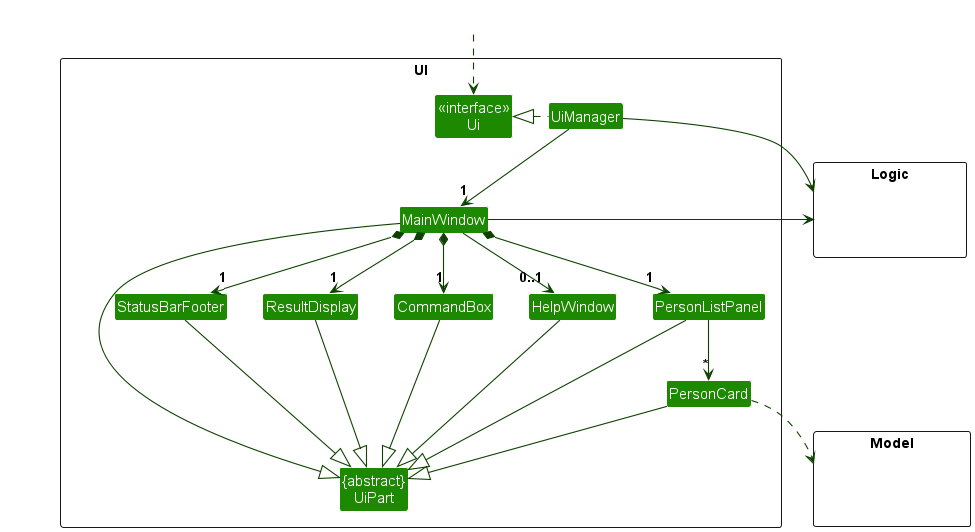
Before: docs/images/UiClassDiagram.png, a diagram exported from PlantUML (nus-cs2103-AY2324S2/tp).
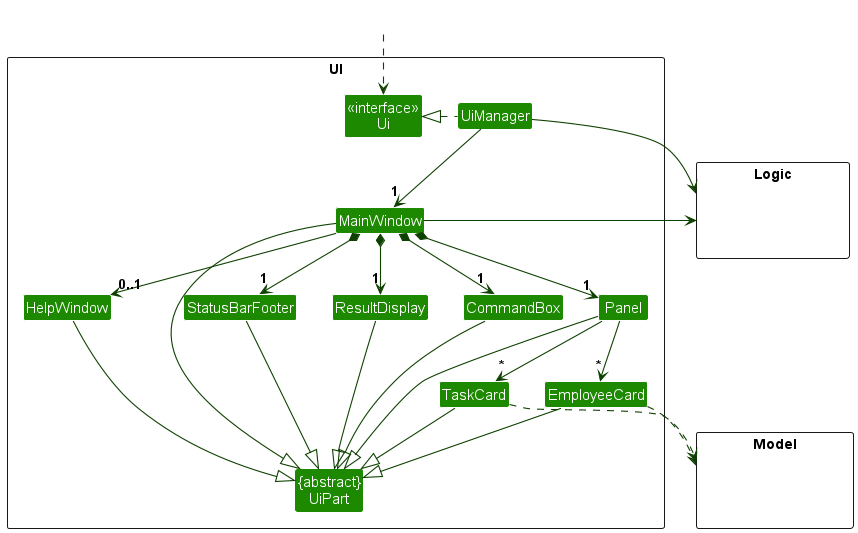
The same file after the commit.

Diff of the diagram source:
```diff
@@ -11,8 +11,9 @@
 Class MainWindow
 Class HelpWindow
 Class ResultDisplay
-Class PersonListPanel
-Class PersonCard
+Class Panel
+Class EmployeeCard
+Class TaskCard
 Class StatusBarFooter
 Class CommandBox
 }
@@ -32,26 +33,29 @@
 UiManager -down-> "1" MainWindow
 MainWindow *-down->  "1" CommandBox
 MainWindow *-down-> "1" ResultDisplay
-MainWindow *-down-> "1" PersonListPanel
+MainWindow *-down-> "1" Panel
 MainWindow *-down-> "1" StatusBarFooter
 MainWindow --> "0..1" HelpWindow
 
-PersonListPanel -down-> "*" PersonCard
+Panel -down-> "*" EmployeeCard
+Panel -down-> "*" TaskCard
 
 MainWindow -left-|> UiPart
 
 ResultDisplay --|> UiPart
 CommandBox --|> UiPart
-PersonListPanel --|> UiPart
-PersonCard --|> UiPart
+Panel --|> UiPart
+EmployeeCard --|> UiPart
+TaskCard --|> UiPart
 StatusBarFooter --|> UiPart
 HelpWindow --|> UiPart
 
-PersonCard ..> Model
+EmployeeCard ..> Model
+TaskCard ..> Model
 UiManager -right-> Logic
 MainWindow -left-> Logic
 
-PersonListPanel -[hidden]left- HelpWindow
+Panel -[hidden]left- HelpWindow
 HelpWindow -[hidden]left- CommandBox
 CommandBox -[hidden]left- ResultDisplay
 ResultDisplay -[hidden]left- StatusBarFooter
```
